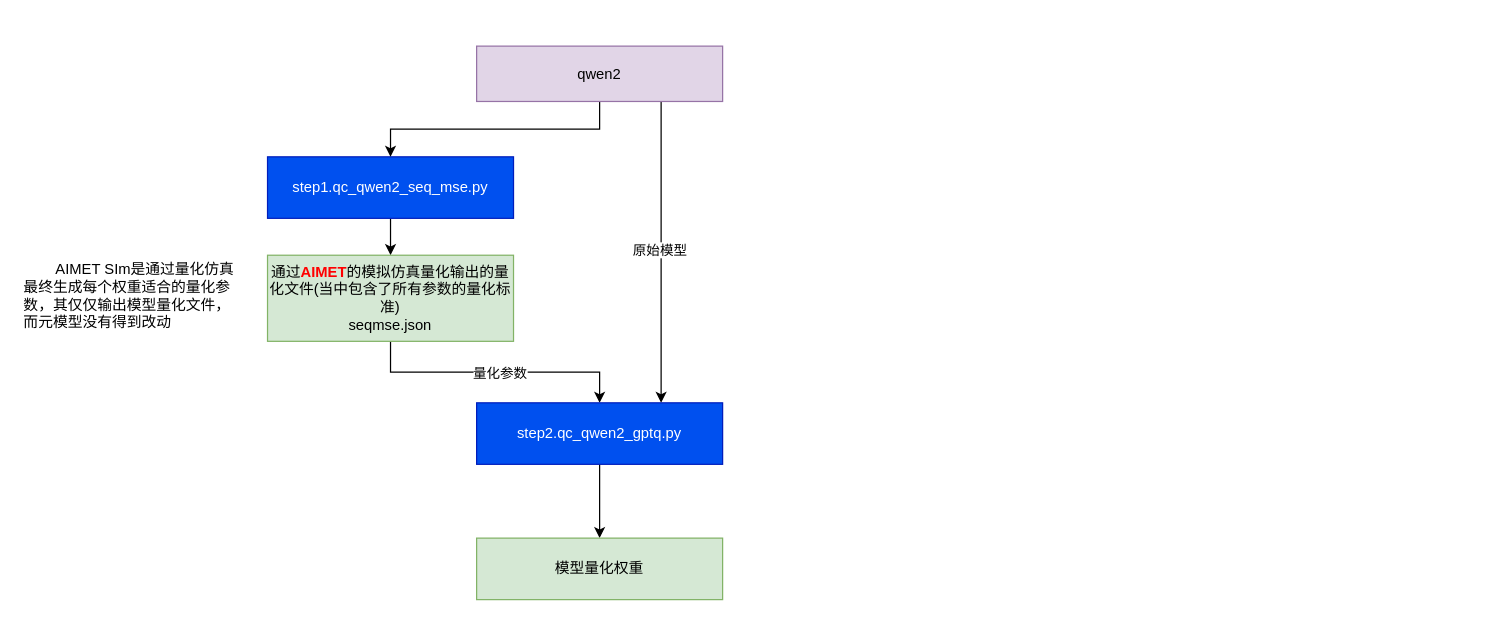
The draw.io diagram LLM/mllm_hexagon_npu_convert_detail.drawio in mailonghua/drawio, before the edit. Source tidied: cells renumbered, new cells numbered last; positions are measured from the earlier drawing's top-left corner, leaving out a move shared by most shapes. Both pictures are drawn from the tidied source at 123%, with x=0, y=0 at pixel (21, 46).
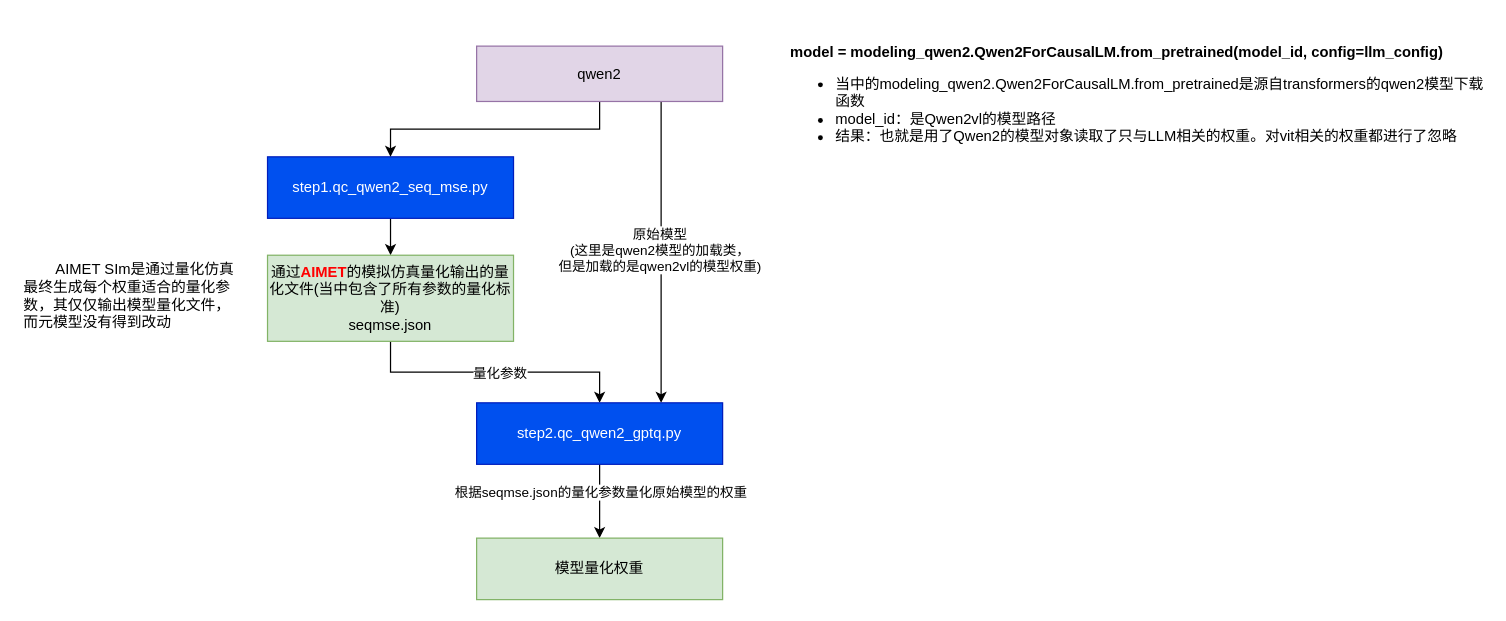
After the change.

Change to the diagram source:
```diff
@@
 <mxGraphModel>
   <root>
     <mxCell id="0" />
     <mxCell id="1" parent="0" />
     <mxCell id="2" style="edgeStyle=orthogonalEdgeStyle;rounded=0;jettySize=auto;html=1;" parent="1" edge="1" source="3" target="6">
       <mxGeometry relative="1" as="geometry" />
     </mxCell>
     <mxCell id="3" value="step1.qc_qwen2_seq_mse.py" style="rounded=0;whiteSpace=wrap;html=1;fillColor=#0050ef;fontColor=#ffffff;strokeColor=#001DBC;" parent="1" vertex="1">
       <mxGeometry x="200" y="90" width="200" height="50" as="geometry" />
     </mxCell>
     <mxCell id="4" style="edgeStyle=orthogonalEdgeStyle;rounded=0;jettySize=auto;html=1;exitX=0.5;exitY=1;exitDx=0;exitDy=0;entryX=0.5;entryY=0;entryDx=0;entryDy=0;" parent="1" edge="1" source="6" target="12">
       <mxGeometry relative="1" as="geometry" />
     </mxCell>
     <mxCell id="5" value="量化参数" style="edgeLabel;html=1;align=center;verticalAlign=middle;" parent="4" vertex="1">
       <mxGeometry x="0.03" relative="1" as="geometry" />
     </mxCell>
     <mxCell id="6" value="通过&lt;b&gt;&lt;font style=&quot;color: rgb(255, 0, 0);&quot;&gt;AIMET&lt;/font&gt;&lt;/b&gt;的模拟仿真量化输出的量化文件(当中包含了所有参数的量化标准)&lt;br&gt;seqmse.json" style="rounded=0;whiteSpace=wrap;html=1;fillColor=#d5e8d4;strokeColor=#82b366;" parent="1" vertex="1">
       <mxGeometry x="200" y="170" width="200" height="70" as="geometry" />
     </mxCell>
     <mxCell id="7" style="edgeStyle=orthogonalEdgeStyle;rounded=0;jettySize=auto;html=1;exitX=0.5;exitY=1;exitDx=0;exitDy=0;entryX=0.5;entryY=0;entryDx=0;entryDy=0;" parent="1" edge="1" source="10" target="3">
       <mxGeometry relative="1" as="geometry" />
     </mxCell>
     <mxCell id="8" style="edgeStyle=orthogonalEdgeStyle;rounded=0;jettySize=auto;html=1;exitX=0.75;exitY=1;exitDx=0;exitDy=0;entryX=0.75;entryY=0;entryDx=0;entryDy=0;" parent="1" edge="1" source="10" target="12">
       <mxGeometry relative="1" as="geometry" />
     </mxCell>
-    <mxCell id="9" value="原始模型" style="edgeLabel;html=1;align=center;verticalAlign=middle;" parent="8" vertex="1">
+    <mxCell id="9" value="原始模型&lt;div&gt;(这里是qwen2模型的加载类，&lt;/div&gt;&lt;div&gt;但是加载的是qwen2vl的模型权重)&lt;/div&gt;" style="edgeLabel;html=1;align=center;verticalAlign=middle;" parent="8" vertex="1">
       <mxGeometry x="-0.02" y="-2" relative="1" as="geometry" />
     </mxCell>
     <mxCell id="10" value="qwen2" style="rounded=0;whiteSpace=wrap;html=1;fillColor=#e1d5e7;strokeColor=#9673a6;" parent="1" vertex="1">
       <mxGeometry x="370" width="200" height="45" as="geometry" />
     </mxCell>
     <mxCell id="11" style="edgeStyle=orthogonalEdgeStyle;rounded=0;jettySize=auto;html=1;" parent="1" edge="1" source="12" target="13">
       <mxGeometry relative="1" as="geometry" />
     </mxCell>
+    <mxCell id="15" value="根据seqmse.json的量化参数量化原始模型的权重" style="edgeLabel;html=1;align=center;verticalAlign=middle;" parent="11" vertex="1">
+      <mxGeometry x="-0.28" relative="1" as="geometry" />
+    </mxCell>
     <mxCell id="12" value="step2.qc_qwen2_gptq.py" style="rounded=0;whiteSpace=wrap;html=1;fillColor=#0050ef;fontColor=#ffffff;strokeColor=#001DBC;" parent="1" vertex="1">
       <mxGeometry x="370" y="290" width="200" height="50" as="geometry" />
     </mxCell>
     <mxCell id="13" value="模型量化权重" style="rounded=0;whiteSpace=wrap;html=1;fillColor=#d5e8d4;strokeColor=#82b366;" parent="1" vertex="1">
       <mxGeometry x="370" y="400" width="200" height="50" as="geometry" />
     </mxCell>
     <mxCell id="14" value="&amp;nbsp; &amp;nbsp; &amp;nbsp; &amp;nbsp; AIMET SIm是通过量化仿真最终生成每个权重适合的量化参数，其仅仅输出模型量化文件，而元模型没有得到改动" style="text;strokeColor=none;align=left;fillColor=none;html=1;verticalAlign=middle;whiteSpace=wrap;rounded=0;" parent="1" vertex="1">
       <mxGeometry y="170" width="180" height="65" as="geometry" />
     </mxCell>
+    <mxCell id="16" value="&lt;b&gt;&amp;nbsp;model = modeling_qwen2.Qwen2ForCausalLM.from_pretrained(model_id, config=llm_config)&lt;/b&gt;&lt;br&gt;&lt;ul&gt;&lt;li&gt;当中的modeling_qwen2.Qwen2ForCausalLM.from_pretrained是源自transformers的qwen2模型下载函数&lt;/li&gt;&lt;li&gt;model_id：是Qwen2vl的模型路径&lt;/li&gt;&lt;li&gt;结果：也就是用了Qwen2的模型对象读取了只与LLM相关的权重。对vit相关的权重都进行了忽略&lt;/li&gt;&lt;/ul&gt;" style="text;strokeColor=none;align=left;fillColor=none;html=1;verticalAlign=middle;whiteSpace=wrap;rounded=0;" parent="1" vertex="1">
+      <mxGeometry x="620" y="-20" width="570" height="130" as="geometry" />
+    </mxCell>
   </root>
 </mxGraphModel>
```
